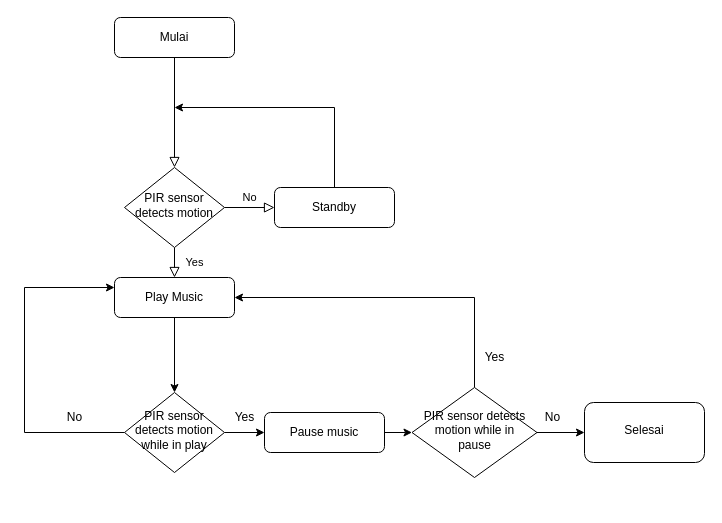
Earlier version of the draw.io diagram Flowchart LTKA.drawio (nokur15/nokur.icha). Source tidied: cells renumbered, new cells numbered last; positions are measured from the earlier drawing's top-left corner, leaving out a move shared by most shapes. Both pictures are drawn from the tidied source at 100%, with x=0, y=0 at pixel (24, 17).
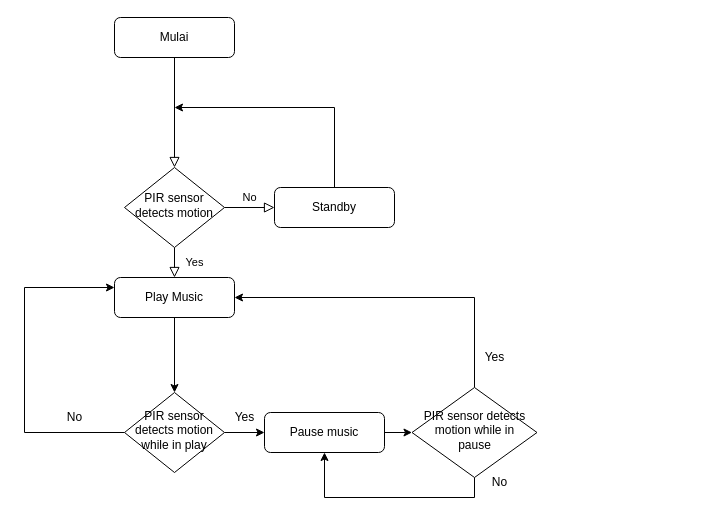
Above is the later version.

Unchanged cells that the change refers to:
```xml
<mxCell id="11" value="Pause music" style="rounded=1;whiteSpace=wrap;html=1;fontSize=12;glass=0;strokeWidth=1;shadow=0;" parent="1" vertex="1">
  <mxGeometry x="240" y="395" width="120" height="40" as="geometry" />
</mxCell>
<mxCell id="20" value="PIR sensor detects motion while in pause" style="rhombus;whiteSpace=wrap;html=1;shadow=0;fontFamily=Helvetica;fontSize=12;align=center;strokeWidth=1;spacing=6;spacingTop=-4;" parent="1" vertex="1">
  <mxGeometry x="387.5" y="370" width="125" height="90" as="geometry" />
</mxCell>
```

What changed in the source:
```diff
@@
-    <mxCell id="19" style="edgeStyle=orthogonalEdgeStyle;rounded=0;jettySize=auto;html=1;" parent="1" edge="1" source="20" target="22">
+    <mxCell id="19" style="edgeStyle=orthogonalEdgeStyle;rounded=0;jettySize=auto;html=1;entryX=0.5;entryY=1;entryDx=0;entryDy=0;exitX=0.5;exitY=1;exitDx=0;exitDy=0;" parent="1" edge="1" source="20" target="11">
       <mxGeometry relative="1" as="geometry" />
     </mxCell>
@@
-    <mxCell id="22" value="Selesai" style="whiteSpace=wrap;html=1;shadow=0;strokeWidth=1;spacing=6;spacingTop=-4;rounded=1;" parent="1" vertex="1">
-      <mxGeometry x="560" y="385" width="120" height="60" as="geometry" />
-    </mxCell>
     <mxCell id="23" value="No" style="text;html=1;align=center;verticalAlign=middle;" parent="1" vertex="1">
-      <mxGeometry x="512.5" y="390" width="30" height="20" as="geometry" />
+      <mxGeometry x="460" y="455" width="30" height="20" as="geometry" />
     </mxCell>
```
